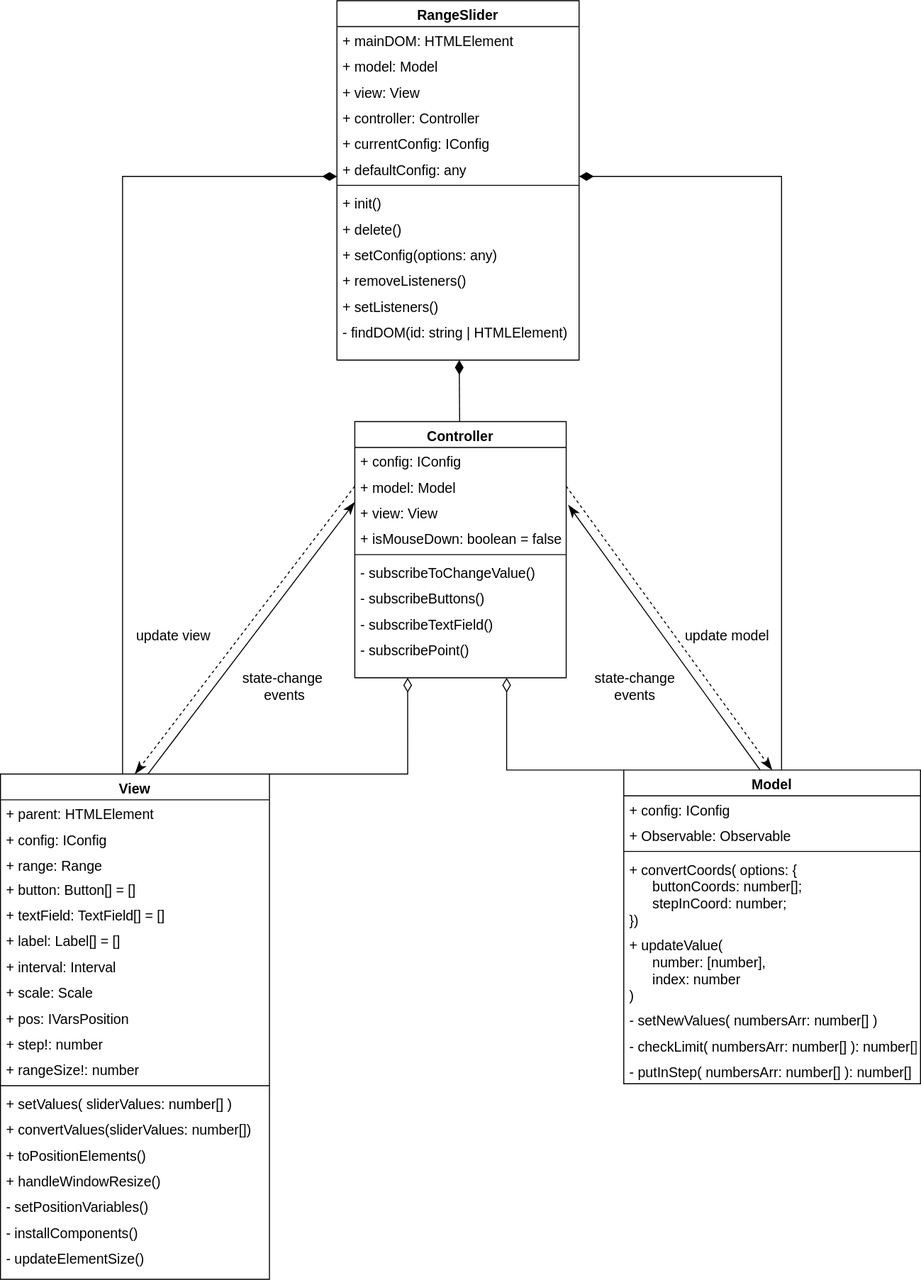
The draw.io diagram uml/slider.svg in Evgeny3101/plugin, before a commit. Source tidied: cells renumbered, new cells last; positions are measured from the earlier drawing's top-left corner, leaving out a move shared by most shapes.
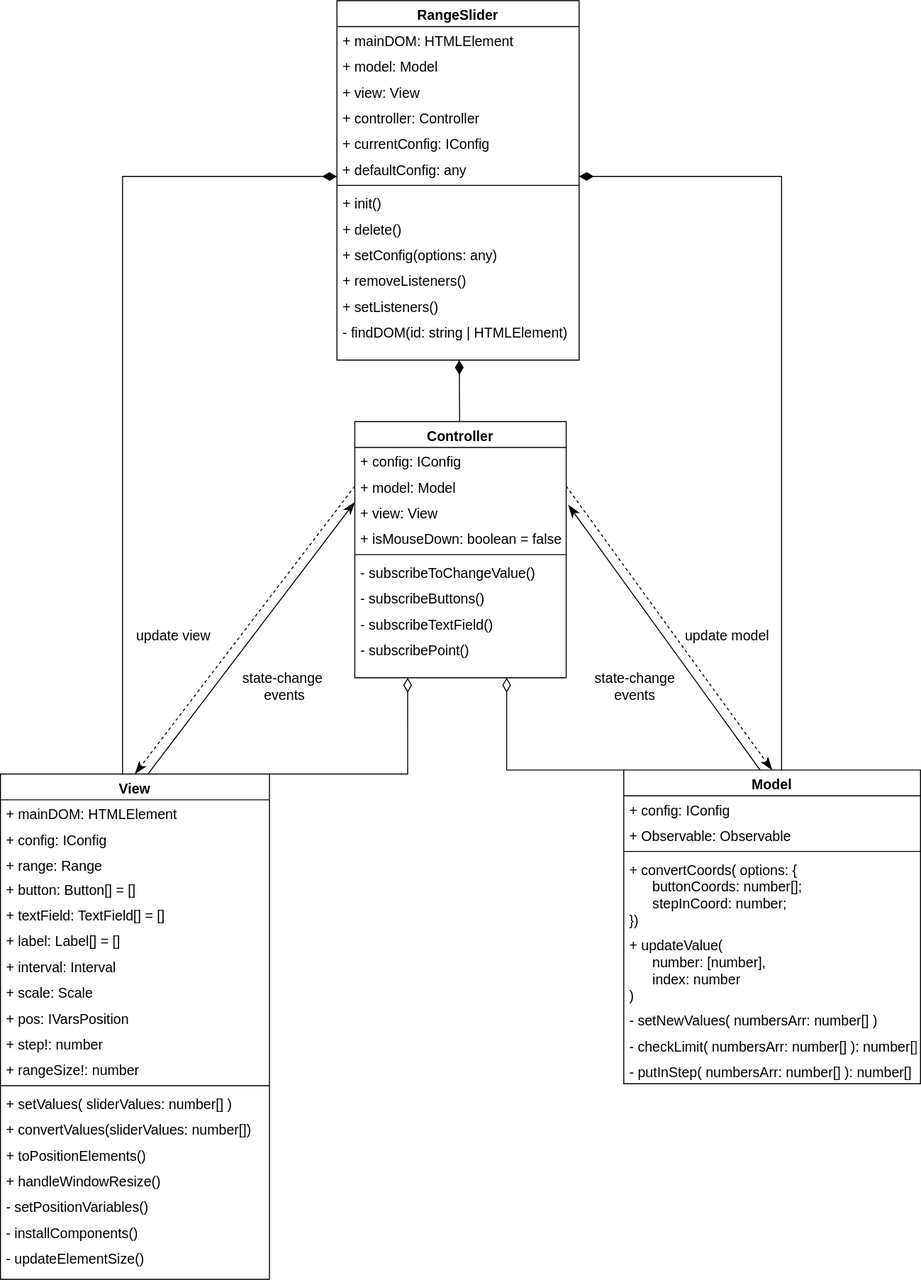
Later version of the same file.

Diff of the diagram source:
```diff
@@ -88,7 +88,7 @@
     <mxCell id="27" value="View" style="swimlane;fontStyle=1;align=center;verticalAlign=top;horizontal=1;startSize=26;rounded=0;shadow=0;strokeWidth=1;fontSize=14;" parent="1" vertex="1">
       <mxGeometry y="779" width="271" height="509" as="geometry" />
     </mxCell>
-    <mxCell id="28" value="+ parent: HTMLElement" style="text;strokeColor=none;fillColor=none;align=left;verticalAlign=top;spacingLeft=4;spacingRight=4;overflow=hidden;rounded=1;glass=0;startSize=26;fontSize=14;" parent="27" vertex="1">
+    <mxCell id="28" value="+ mainDOM: HTMLElement" style="text;strokeColor=none;fillColor=none;align=left;verticalAlign=top;spacingLeft=4;spacingRight=4;overflow=hidden;rounded=1;glass=0;startSize=26;fontSize=14;" parent="27" vertex="1">
       <mxGeometry y="26" width="271" height="26" as="geometry" />
     </mxCell>
     <mxCell id="29" value="+ config: IConfig&#10;" style="text;strokeColor=none;fillColor=none;align=left;verticalAlign=top;spacingLeft=4;spacingRight=4;overflow=hidden;rounded=1;glass=0;startSize=26;fontSize=14;" parent="27" vertex="1">
```
